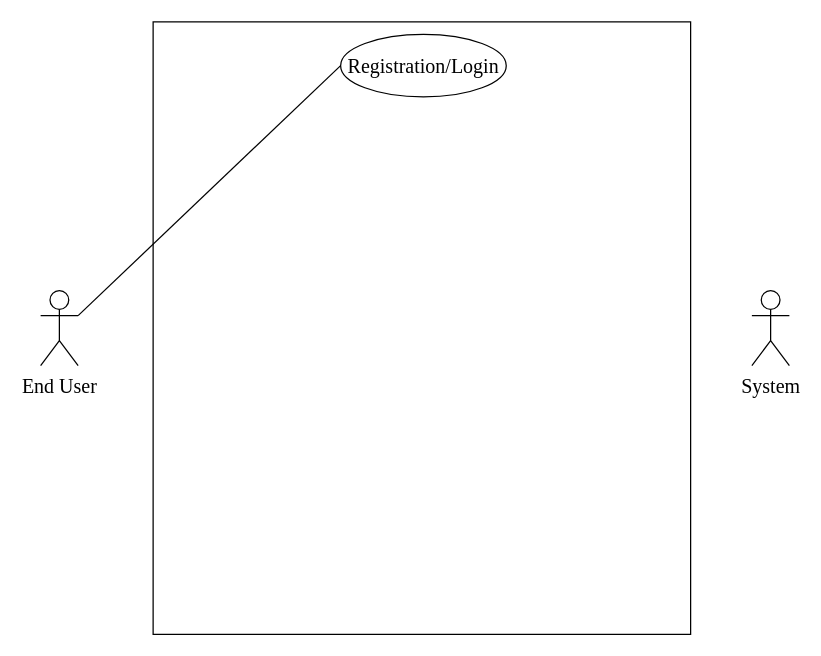
Above: UseCase.drawio in Yash7200/CP-3 (draw.io), before the change. Source tidied: cells renumbered, new cells numbered last; positions are measured from the earlier drawing's top-left corner, leaving out a move shared by most shapes. Both pictures are drawn from the tidied source at 125%, with x=0, y=0 at pixel (40, 21).
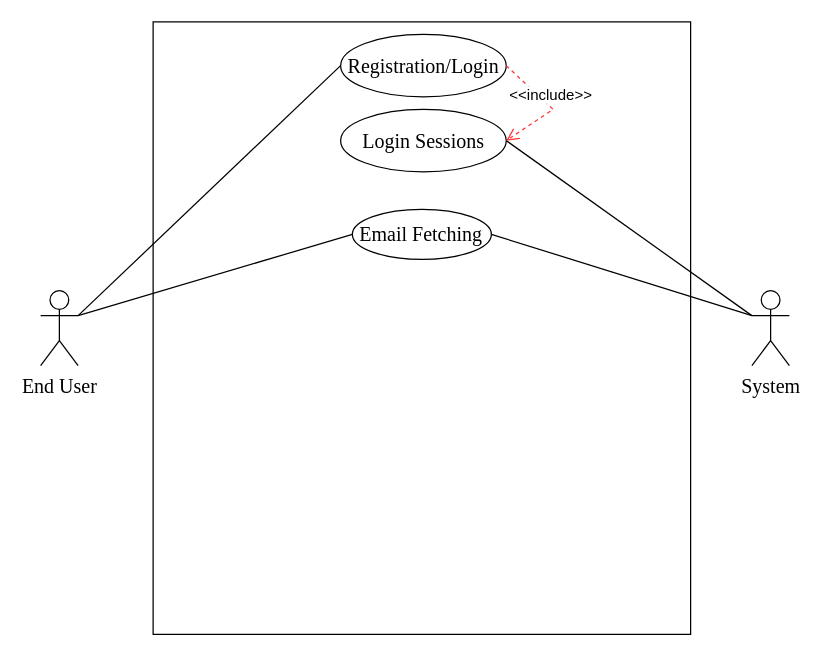
After the change.

Change to the diagram source:
```diff
@@
 <mxGraphModel>
   <root>
     <mxCell id="0" />
     <mxCell id="1" parent="0" />
     <mxCell id="2" style="whiteSpace=wrap;html=1;fillColor=none;" parent="1" vertex="1">
       <mxGeometry x="90" width="430" height="490" as="geometry" />
     </mxCell>
     <mxCell id="3" value="&lt;font style=&quot;font-size: 16px;&quot; face=&quot;Times New Roman&quot;&gt;End User&lt;/font&gt;" style="shape=umlActor;verticalLabelPosition=bottom;verticalAlign=top;html=1;outlineConnect=0;" parent="1" vertex="1">
       <mxGeometry y="215" width="30" height="60" as="geometry" />
     </mxCell>
     <mxCell id="4" value="&lt;div style=&quot;font-size: 16px;&quot;&gt;&lt;font face=&quot;Times New Roman&quot;&gt;System&lt;/font&gt;&lt;/div&gt;" style="shape=umlActor;verticalLabelPosition=bottom;verticalAlign=top;html=1;outlineConnect=0;" parent="1" vertex="1">
       <mxGeometry x="569" y="215" width="30" height="60" as="geometry" />
     </mxCell>
     <mxCell id="5" value="&lt;font face=&quot;Times New Roman&quot; style=&quot;font-size: 16px;&quot;&gt;Registration/Login&lt;br style=&quot;font-size: 16px;&quot;&gt;&lt;/font&gt;" style="ellipse;whiteSpace=wrap;html=1;fillColor=none;fontSize=16;" parent="1" vertex="1">
       <mxGeometry x="240" y="10" width="132.5" height="50" as="geometry" />
     </mxCell>
     <mxCell id="6" style="endArrow=none;html=1;rounded=0;entryX=0;entryY=0.5;entryDx=0;entryDy=0;exitX=1;exitY=0.3333333333333333;exitDx=0;exitDy=0;exitPerimeter=0;" parent="1" edge="1" source="3" target="5">
       <mxGeometry relative="1" as="geometry" />
     </mxCell>
+    <mxCell id="7" value="&lt;font face=&quot;Times New Roman&quot;&gt;Email Fetching&lt;br&gt;&lt;/font&gt;" style="ellipse;whiteSpace=wrap;html=1;fillColor=none;fontSize=16;" parent="1" vertex="1">
+      <mxGeometry x="249.4" y="150" width="111.2" height="40" as="geometry" />
+    </mxCell>
+    <mxCell id="8" style="endArrow=none;html=1;rounded=0;entryX=1;entryY=0.5;entryDx=0;entryDy=0;exitX=0;exitY=0.3333333333333333;exitDx=0;exitDy=0;exitPerimeter=0;" parent="1" edge="1" source="4" target="7">
+      <mxGeometry relative="1" as="geometry" />
+    </mxCell>
+    <mxCell id="9" style="endArrow=none;html=1;rounded=0;exitX=1;exitY=0.3333333333333333;exitDx=0;exitDy=0;exitPerimeter=0;entryX=0;entryY=0.5;entryDx=0;entryDy=0;" parent="1" edge="1" source="3" target="7">
+      <mxGeometry relative="1" as="geometry" />
+    </mxCell>
+    <mxCell id="10" value="&lt;font face=&quot;Times New Roman&quot;&gt;Login Sessions&lt;/font&gt;" style="ellipse;whiteSpace=wrap;html=1;fillColor=none;fontSize=16;" parent="1" vertex="1">
+      <mxGeometry x="240" y="70" width="132.5" height="50" as="geometry" />
+    </mxCell>
+    <mxCell id="11" style="endArrow=none;html=1;rounded=0;exitX=0;exitY=0.3333333333333333;exitDx=0;exitDy=0;exitPerimeter=0;entryX=1;entryY=0.5;entryDx=0;entryDy=0;" parent="1" edge="1" source="4" target="10">
+      <mxGeometry relative="1" as="geometry" />
+    </mxCell>
+    <mxCell id="12" value="&amp;lt;&amp;lt;include&amp;gt;&amp;gt;" style="verticalAlign=bottom;endArrow=open;dashed=1;endSize=8;rounded=0;fontSize=12;entryX=1;entryY=0.5;entryDx=0;entryDy=0;fontColor=#000000;labelBorderColor=none;html=1;strokeColor=#FF3333;exitX=1;exitY=0.5;exitDx=0;exitDy=0;" parent="1" edge="1" source="5" target="10">
+      <mxGeometry relative="1" as="geometry">
+        <Array as="points">
+          <mxPoint x="410" y="70" />
+        </Array>
+      </mxGeometry>
+    </mxCell>
   </root>
 </mxGraphModel>
```
